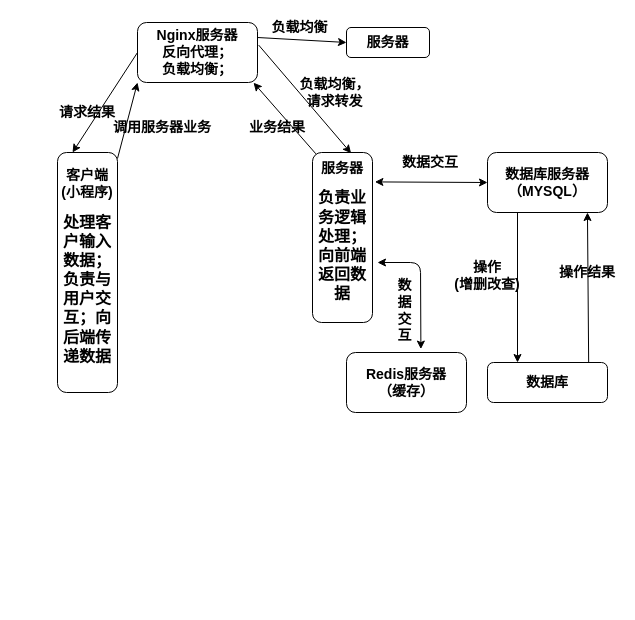
This is 总体架构图.drawio from geoffrey-h/code, a draw.io file, before an edit. Source tidied: cells renumbered, new cells numbered last; positions are measured from the earlier drawing's top-left corner, leaving out a move shared by most shapes. Both pictures are drawn from the tidied source at 100%, with x=0, y=0 at pixel (17, 17).
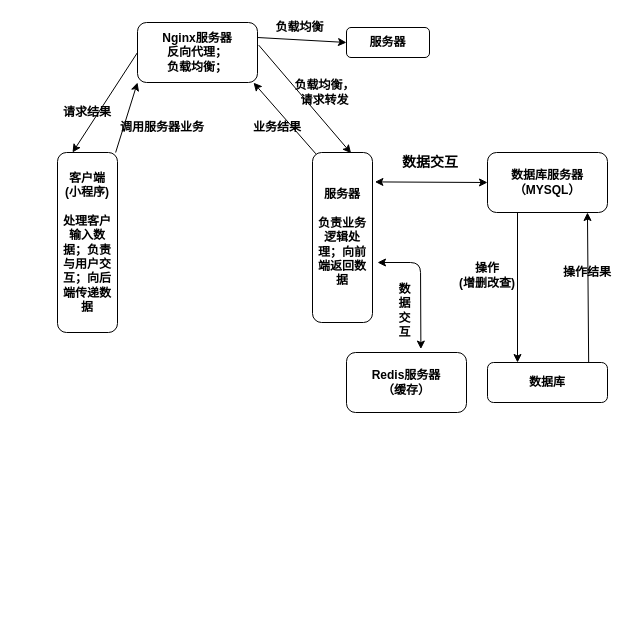
After the change.

Commit message:
更新总体架构图.drawio

Change to the diagram source:
```diff
@@
-    <mxCell id="3" value="&lt;b&gt;&lt;font style=&quot;font-size: 14px&quot; face=&quot;宋体&quot;&gt;客户端&lt;br&gt;(小程序)&lt;br&gt;&lt;/font&gt;&lt;/b&gt;&lt;p&gt;&lt;b&gt;&lt;font size=&quot;3&quot;&gt;&lt;span&gt;&lt;font face=&quot;宋体&quot;&gt;处理客户输入数据&lt;/font&gt;&lt;/span&gt;&lt;span&gt;&lt;font face=&quot;宋体&quot;&gt;；&lt;/font&gt;&lt;/span&gt;&lt;span&gt;&lt;font face=&quot;宋体&quot;&gt;负责与用户交互；向后端传递数据&lt;/font&gt;&lt;/span&gt;&lt;/font&gt;&lt;/b&gt;&lt;/p&gt;" style="rounded=1;whiteSpace=wrap;html=1;direction=south;" parent="1" vertex="1">
-      <mxGeometry x="40" y="135" width="60" height="240" as="geometry" />
+    <mxCell id="3" value="&lt;font style=&quot;font-size: 12px&quot;&gt;&lt;b&gt;&lt;font face=&quot;宋体&quot;&gt;客户端&lt;br&gt;(小程序)&lt;br&gt;&lt;/font&gt;&lt;/b&gt;&lt;b&gt;&lt;font face=&quot;宋体&quot;&gt;&lt;br&gt;处理客户输入数据&lt;/font&gt;&lt;font face=&quot;宋体&quot;&gt;；&lt;/font&gt;&lt;font face=&quot;宋体&quot;&gt;负责与用户交互；向后端传递数据&lt;/font&gt;&lt;/b&gt;&lt;/font&gt;&lt;b&gt;&lt;font style=&quot;font-size: 12px&quot; face=&quot;宋体&quot;&gt;&lt;br&gt;&lt;/font&gt;&lt;/b&gt;" style="rounded=1;whiteSpace=wrap;html=1;direction=south;fontFamily=宋体;" parent="1" vertex="1">
+      <mxGeometry x="40" y="135" width="60" height="180" as="geometry" />
     </mxCell>
-    <mxCell id="4" value="&lt;b&gt;&lt;font style=&quot;font-size: 14px&quot; face=&quot;宋体&quot;&gt;服务器&lt;br&gt;&lt;/font&gt;&lt;/b&gt;&lt;p&gt;&lt;b&gt;&lt;font size=&quot;3&quot;&gt;&lt;span&gt;&lt;font face=&quot;宋体&quot;&gt;负责业务逻辑处理&lt;/font&gt;&lt;/span&gt;&lt;span&gt;&lt;font face=&quot;宋体&quot;&gt;；&lt;/font&gt;&lt;/span&gt;&lt;span&gt;&lt;font face=&quot;宋体&quot;&gt;向前端返回数据&lt;/font&gt;&lt;/span&gt;&lt;/font&gt;&lt;/b&gt;&lt;/p&gt;" style="rounded=1;whiteSpace=wrap;html=1;direction=south;" parent="1" vertex="1">
+    <mxCell id="4" value="&lt;font style=&quot;font-size: 12px&quot;&gt;&lt;b&gt;&lt;font face=&quot;宋体&quot;&gt;服务器&lt;br&gt;&lt;/font&gt;&lt;/b&gt;&lt;b&gt;&lt;font face=&quot;宋体&quot;&gt;&lt;br&gt;负责业务逻辑处理&lt;/font&gt;&lt;font face=&quot;宋体&quot;&gt;；&lt;/font&gt;&lt;font face=&quot;宋体&quot;&gt;向前端返回数据&lt;/font&gt;&lt;/b&gt;&lt;/font&gt;&lt;b&gt;&lt;font style=&quot;font-size: 12px&quot; face=&quot;宋体&quot;&gt;&lt;br&gt;&lt;/font&gt;&lt;/b&gt;" style="rounded=1;whiteSpace=wrap;html=1;direction=south;" parent="1" vertex="1">
       <mxGeometry x="295" y="135" width="60" height="170" as="geometry" />
     </mxCell>
-    <mxCell id="5" value="&lt;b&gt;&lt;font style=&quot;font-size: 14px&quot; face=&quot;宋体&quot;&gt;数据库服务器（MYSQL）&lt;/font&gt;&lt;/b&gt;" style="rounded=1;whiteSpace=wrap;html=1;" parent="1" vertex="1">
+    <mxCell id="5" value="&lt;b&gt;&lt;font style=&quot;font-size: 12px&quot; face=&quot;宋体&quot;&gt;数据库服务器（MYSQL）&lt;/font&gt;&lt;/b&gt;" style="rounded=1;whiteSpace=wrap;html=1;" parent="1" vertex="1">
       <mxGeometry x="470" y="135" width="120" height="60" as="geometry" />
     </mxCell>
-    <mxCell id="6" value="&lt;b&gt;&lt;font style=&quot;font-size: 14px&quot; face=&quot;宋体&quot;&gt;数据库&lt;/font&gt;&lt;/b&gt;" style="rounded=1;whiteSpace=wrap;html=1;" parent="1" vertex="1">
+    <mxCell id="6" value="&lt;b&gt;&lt;font style=&quot;font-size: 12px&quot; face=&quot;宋体&quot;&gt;数据库&lt;/font&gt;&lt;/b&gt;" style="rounded=1;whiteSpace=wrap;html=1;" parent="1" vertex="1">
       <mxGeometry x="470" y="345" width="120" height="40" as="geometry" />
     </mxCell>
@@
-    <mxCell id="8" value="&lt;b&gt;&lt;font style=&quot;font-size: 14px&quot; face=&quot;宋体&quot;&gt;操作&lt;br&gt;(增删改查)&lt;/font&gt;&lt;/b&gt;" style="text;html=1;strokeColor=none;fillColor=none;align=center;verticalAlign=middle;whiteSpace=wrap;rounded=0;" parent="1" vertex="1">
+    <mxCell id="8" value="&lt;b&gt;&lt;font style=&quot;font-size: 12px&quot; face=&quot;宋体&quot;&gt;操作&lt;br&gt;(增删改查)&lt;/font&gt;&lt;/b&gt;" style="text;html=1;strokeColor=none;fillColor=none;align=center;verticalAlign=middle;whiteSpace=wrap;rounded=0;" parent="1" vertex="1">
       <mxGeometry x="430" y="220" width="80" height="75" as="geometry" />
     </mxCell>
@@
-    <mxCell id="10" value="&lt;b&gt;&lt;font style=&quot;font-size: 14px&quot; face=&quot;宋体&quot;&gt;操作结果&lt;/font&gt;&lt;/b&gt;" style="text;html=1;strokeColor=none;fillColor=none;align=center;verticalAlign=middle;whiteSpace=wrap;rounded=0;" parent="1" vertex="1">
+    <mxCell id="10" value="&lt;b&gt;&lt;font style=&quot;font-size: 12px&quot; face=&quot;宋体&quot;&gt;操作结果&lt;/font&gt;&lt;/b&gt;" style="text;html=1;strokeColor=none;fillColor=none;align=center;verticalAlign=middle;whiteSpace=wrap;rounded=0;" parent="1" vertex="1">
       <mxGeometry x="540" y="245" width="60" height="20" as="geometry" />
     </mxCell>
@@
-    <mxCell id="13" value="&lt;b&gt;&lt;font style=&quot;font-size: 14px&quot; face=&quot;宋体&quot;&gt;Redis服务器&lt;br&gt;（缓存）&lt;/font&gt;&lt;/b&gt;&lt;br&gt;" style="rounded=1;whiteSpace=wrap;html=1;" parent="1" vertex="1">
+    <mxCell id="13" value="&lt;b&gt;&lt;font style=&quot;font-size: 12px&quot; face=&quot;宋体&quot;&gt;Redis服务器&lt;br&gt;（缓存）&lt;/font&gt;&lt;/b&gt;&lt;br&gt;" style="rounded=1;whiteSpace=wrap;html=1;" parent="1" vertex="1">
       <mxGeometry x="329" y="335" width="120" height="60" as="geometry" />
     </mxCell>
@@
-    <mxCell id="15" value="&lt;b&gt;&lt;font style=&quot;font-size: 14px&quot; face=&quot;宋体&quot;&gt;数据交互&lt;/font&gt;&lt;/b&gt;" style="text;html=1;strokeColor=none;fillColor=none;align=center;verticalAlign=middle;whiteSpace=wrap;rounded=0;" parent="1" vertex="1">
+    <mxCell id="15" value="&lt;b&gt;&lt;font style=&quot;font-size: 12px&quot; face=&quot;宋体&quot;&gt;数据交互&lt;/font&gt;&lt;/b&gt;" style="text;html=1;strokeColor=none;fillColor=none;align=center;verticalAlign=middle;whiteSpace=wrap;rounded=0;" parent="1" vertex="1">
       <mxGeometry x="375" y="263" width="25" height="60" as="geometry" />
     </mxCell>
-    <mxCell id="16" value="&lt;b&gt;&lt;font face=&quot;宋体&quot; style=&quot;font-size: 14px&quot;&gt;Nginx服务器&lt;br&gt;反向代理；&lt;br&gt;负载均衡；&lt;/font&gt;&lt;/b&gt;&lt;br&gt;" style="rounded=1;whiteSpace=wrap;html=1;" parent="1" vertex="1">
+    <mxCell id="16" value="&lt;b&gt;&lt;font face=&quot;宋体&quot; style=&quot;font-size: 12px&quot;&gt;Nginx服务器&lt;br&gt;反向代理；&lt;br&gt;负载均衡；&lt;/font&gt;&lt;/b&gt;&lt;br&gt;" style="rounded=1;whiteSpace=wrap;html=1;" parent="1" vertex="1">
       <mxGeometry x="120" y="5" width="120" height="60" as="geometry" />
     </mxCell>
@@
-    <mxCell id="18" value="&lt;b&gt;&lt;font style=&quot;font-size: 14px&quot; face=&quot;宋体&quot;&gt;调用服务器业务&lt;/font&gt;&lt;/b&gt;" style="text;html=1;strokeColor=none;fillColor=none;align=center;verticalAlign=middle;whiteSpace=wrap;rounded=0;" parent="1" vertex="1">
+    <mxCell id="18" value="&lt;b&gt;&lt;font style=&quot;font-size: 12px&quot; face=&quot;宋体&quot;&gt;调用服务器业务&lt;/font&gt;&lt;/b&gt;" style="text;html=1;strokeColor=none;fillColor=none;align=center;verticalAlign=middle;whiteSpace=wrap;rounded=0;" parent="1" vertex="1">
       <mxGeometry x="90" y="95" width="110" height="30" as="geometry" />
     </mxCell>
@@
-    <mxCell id="20" value="&lt;b&gt;&lt;font style=&quot;font-size: 14px&quot; face=&quot;宋体&quot;&gt;服务器&lt;/font&gt;&lt;/b&gt;" style="rounded=1;whiteSpace=wrap;html=1;" parent="1" vertex="1">
+    <mxCell id="20" value="&lt;b&gt;&lt;font style=&quot;font-size: 12px&quot; face=&quot;宋体&quot;&gt;服务器&lt;/font&gt;&lt;/b&gt;" style="rounded=1;whiteSpace=wrap;html=1;" parent="1" vertex="1">
       <mxGeometry x="329" y="10" width="83" height="30" as="geometry" />
     </mxCell>
@@
-    <mxCell id="22" value="&lt;b&gt;&lt;font style=&quot;font-size: 14px&quot; face=&quot;宋体&quot;&gt;负载均衡，请求转发&lt;/font&gt;&lt;/b&gt;" style="text;html=1;strokeColor=none;fillColor=none;align=center;verticalAlign=middle;whiteSpace=wrap;rounded=0;" parent="1" vertex="1">
-      <mxGeometry x="275" y="55" width="85" height="40" as="geometry" />
+    <mxCell id="22" value="&lt;b&gt;&lt;font style=&quot;font-size: 12px&quot; face=&quot;宋体&quot;&gt;负载均衡，请求转发&lt;/font&gt;&lt;/b&gt;" style="text;html=1;strokeColor=none;fillColor=none;align=center;verticalAlign=middle;whiteSpace=wrap;rounded=0;" parent="1" vertex="1">
+      <mxGeometry x="275" y="55" width="65" height="40" as="geometry" />
     </mxCell>
-    <mxCell id="23" value="&lt;b&gt;&lt;font style=&quot;font-size: 14px&quot; face=&quot;宋体&quot;&gt;负载均衡&lt;/font&gt;&lt;/b&gt;" style="text;html=1;strokeColor=none;fillColor=none;align=center;verticalAlign=middle;whiteSpace=wrap;rounded=0;" parent="1" vertex="1">
+    <mxCell id="23" value="&lt;b&gt;&lt;font style=&quot;font-size: 12px&quot; face=&quot;宋体&quot;&gt;负载均衡&lt;/font&gt;&lt;/b&gt;" style="text;html=1;strokeColor=none;fillColor=none;align=center;verticalAlign=middle;whiteSpace=wrap;rounded=0;" parent="1" vertex="1">
       <mxGeometry x="250" width="65" height="20" as="geometry" />
     </mxCell>
@@
-    <mxCell id="25" value="&lt;b&gt;&lt;font style=&quot;font-size: 14px&quot; face=&quot;宋体&quot;&gt;请求结果&lt;/font&gt;&lt;/b&gt;" style="text;html=1;strokeColor=none;fillColor=none;align=center;verticalAlign=middle;whiteSpace=wrap;rounded=0;" parent="1" vertex="1">
+    <mxCell id="25" value="&lt;b&gt;&lt;font style=&quot;font-size: 12px&quot; face=&quot;宋体&quot;&gt;请求结果&lt;/font&gt;&lt;/b&gt;" style="text;html=1;strokeColor=none;fillColor=none;align=center;verticalAlign=middle;whiteSpace=wrap;rounded=0;" parent="1" vertex="1">
       <mxGeometry x="40" y="85" width="60" height="20" as="geometry" />
     </mxCell>
-    <mxCell id="26" value="&lt;b&gt;&lt;font style=&quot;font-size: 14px&quot; face=&quot;宋体&quot;&gt;业务结果&lt;/font&gt;&lt;/b&gt;" style="text;html=1;strokeColor=none;fillColor=none;align=center;verticalAlign=middle;whiteSpace=wrap;rounded=0;" parent="1" vertex="1">
+    <mxCell id="26" value="&lt;b&gt;&lt;font style=&quot;font-size: 12px&quot; face=&quot;宋体&quot;&gt;业务结果&lt;/font&gt;&lt;/b&gt;" style="text;html=1;strokeColor=none;fillColor=none;align=center;verticalAlign=middle;whiteSpace=wrap;rounded=0;" parent="1" vertex="1">
       <mxGeometry x="230" y="95" width="60" height="30" as="geometry" />
     </mxCell>
```
